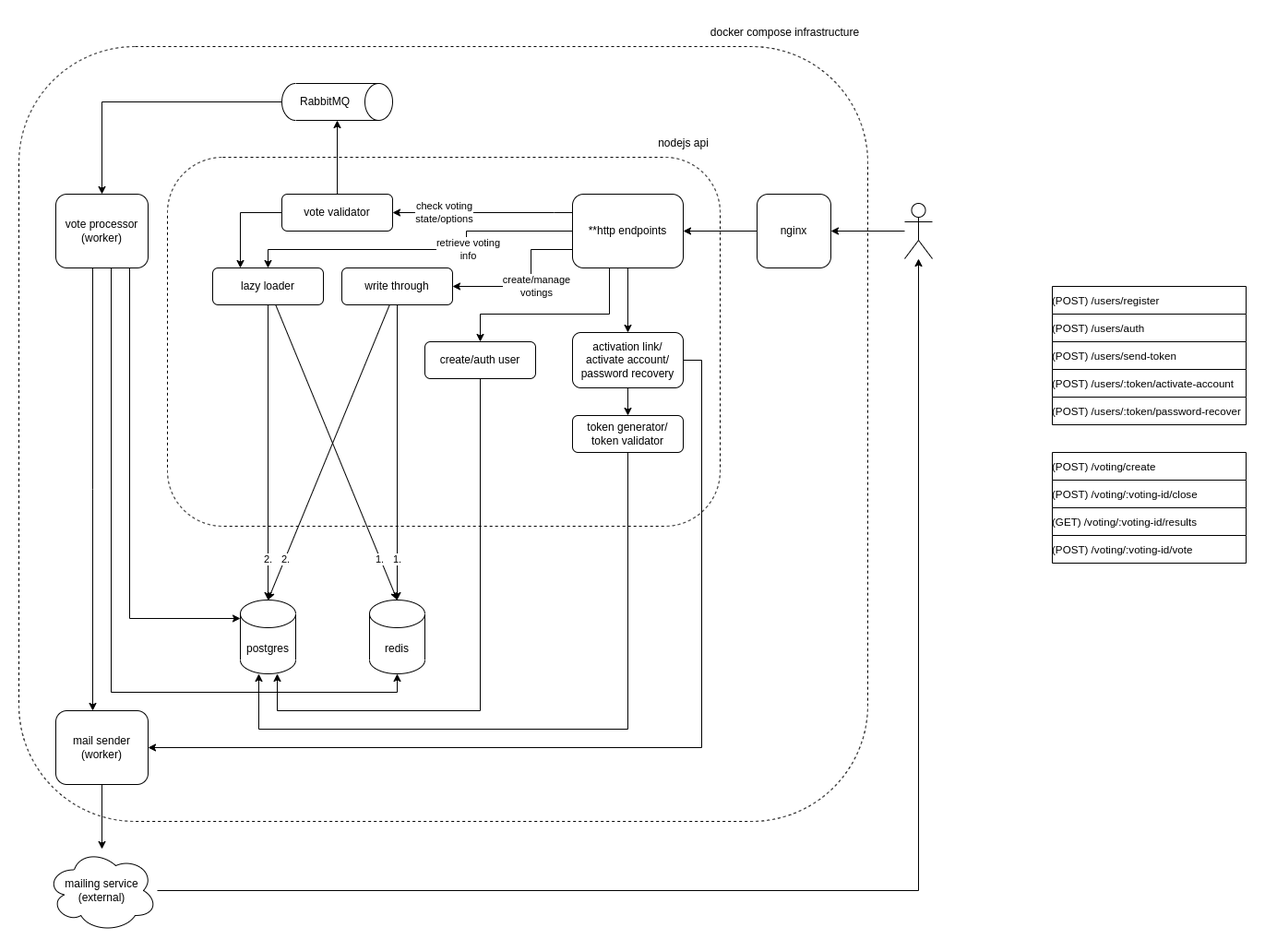
The draw.io diagram docs/ranked-choice-voting.architecture.png in 0x0th30/ranked-choice-voting, before a commit. Source tidied: cells renumbered, new cells last; positions are measured from the earlier drawing's top-left corner, leaving out a move shared by most shapes.
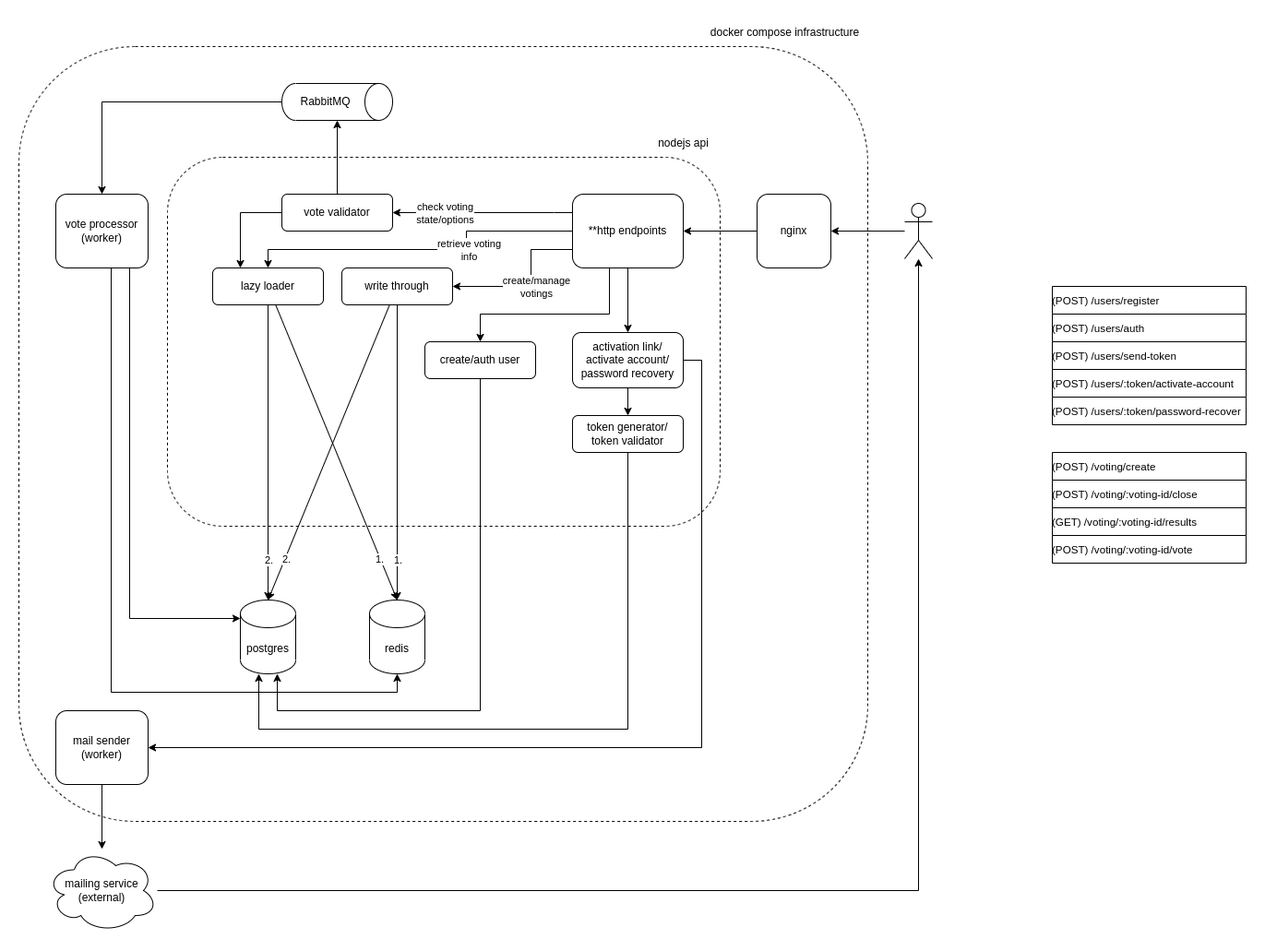
The same file after the commit.

Commit message:
docs: update architecture diagram

The edit, as a diff of the source:
```diff
@@ -102,14 +102,6 @@
         </Array>
       </mxGeometry>
     </mxCell>
-    <mxCell id="22" style="edgeStyle=orthogonalEdgeStyle;rounded=0;jettySize=auto;html=1;" parent="1" edge="1" source="23" target="60">
-      <mxGeometry relative="1" as="geometry">
-        <Array as="points">
-          <mxPoint x="80" y="510" />
-          <mxPoint x="80" y="510" />
-        </Array>
-      </mxGeometry>
-    </mxCell>
     <mxCell id="23" value="vote processor&lt;br&gt;(worker)" style="rounded=1;whiteSpace=wrap;html=1;" parent="1" vertex="1">
       <mxGeometry x="40" y="190" width="100" height="80" as="geometry" />
     </mxCell>
```
